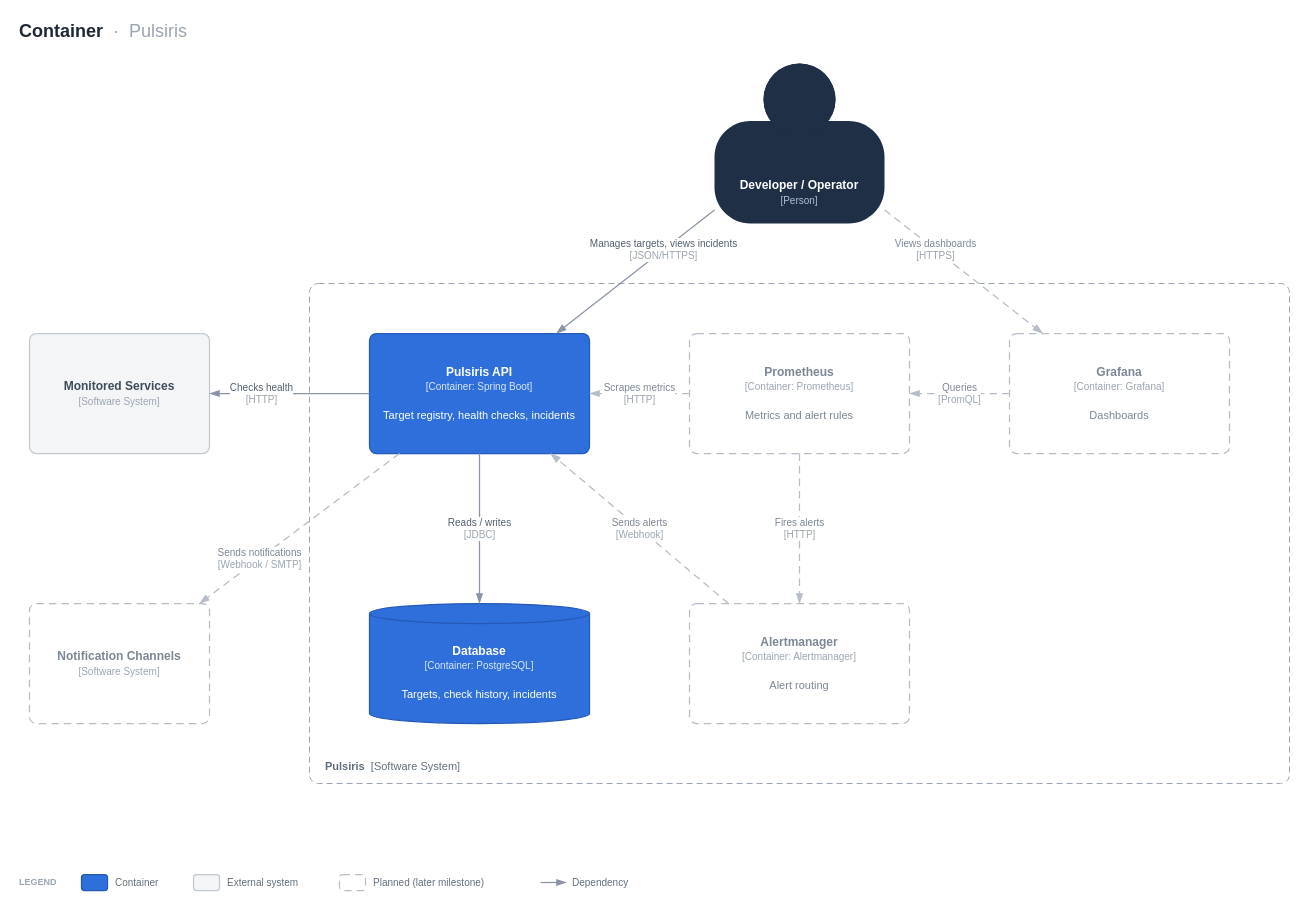
Before: page "Container" (2 of 2) of docs/architecture/01-c4-context-and-containers.drawio in nebadesmondc/pulsiris, a draw.io diagram. Source tidied: cells renumbered, new cells numbered last; positions are measured from the earlier drawing's top-left corner, leaving out a move shared by most shapes. Both pictures are drawn from the tidied source at 100%, with x=0, y=0 at pixel (17, 17).
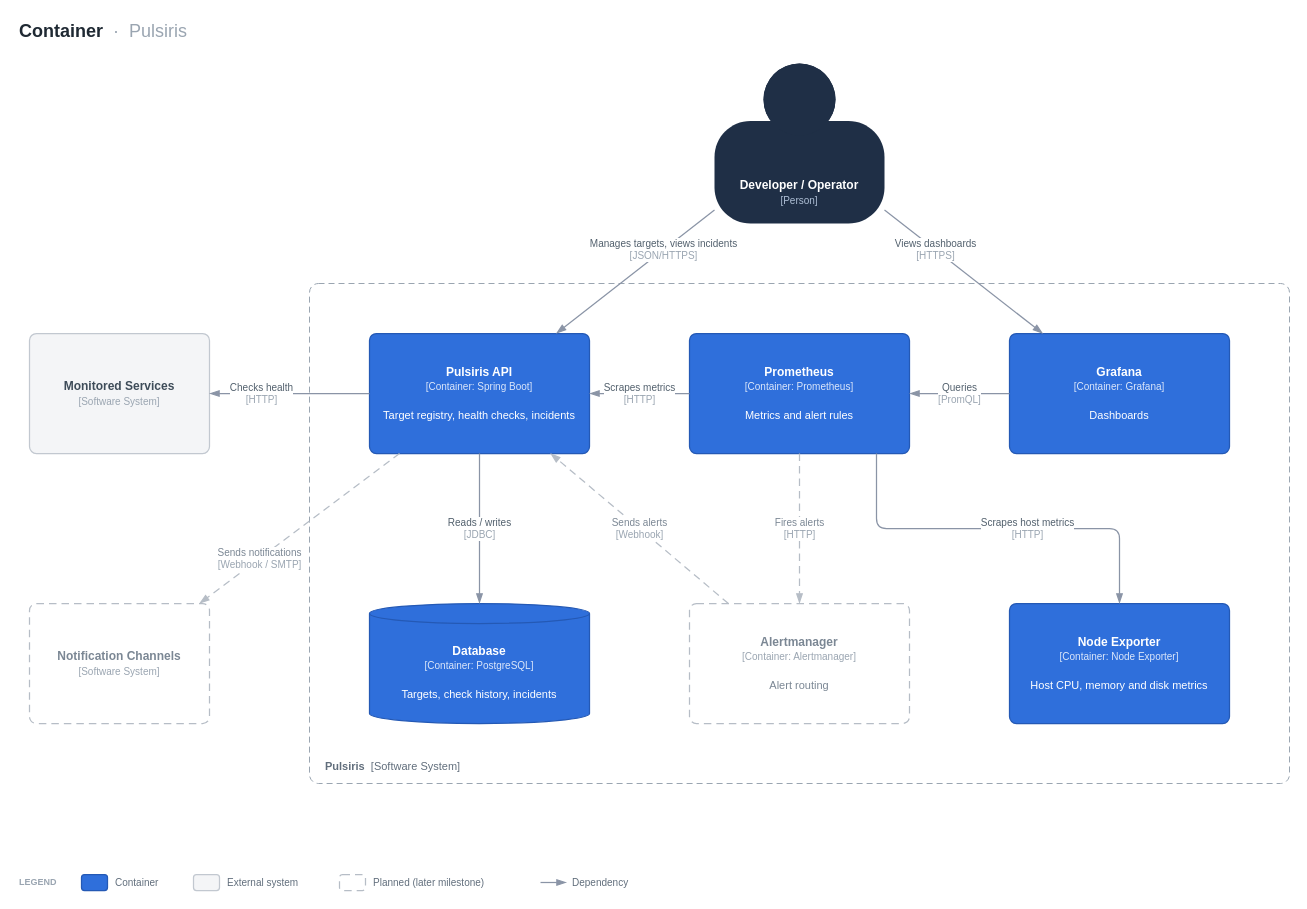
Above is the later version.

Commit message (it also covers changes not shown here):
Draw Prometheus, Grafana and Node Exporter as built containers

The change refers to these unchanged cells:
```xml
<mxCell id="3" value="&lt;b style=&quot;color: rgb(255, 255, 255);&quot;&gt;Developer / Operator&lt;/b&gt;&lt;br&gt;&lt;font style=&quot;font-size: 10px;&quot; color=&quot;#AFC0D6&quot;&gt;[Person]&lt;/font&gt;" style="fontFamily=Helvetica;shape=mxgraph.c4.person2;whiteSpace=wrap;html=1;fillColor=#1F2F46;strokeColor=none;fontColor=#FFFFFF;fontSize=12;align=center;verticalAlign=bottom;spacingBottom=14;" parent="1" vertex="1">
  <mxGeometry x="697" y="46" width="170" height="160" as="geometry" />
</mxCell>
<mxCell id="5" value="&lt;b style=&quot;color: rgb(255, 255, 255);&quot;&gt;Pulsiris API&lt;/b&gt;&lt;br&gt;&lt;font style=&quot;font-size: 10px;&quot; color=&quot;#DCE7FA&quot;&gt;[Container: Spring Boot]&lt;/font&gt;&lt;br&gt;&lt;br&gt;&lt;font style=&quot;font-size: 11px; color: rgb(255, 255, 255);&quot;&gt;Target registry, health checks, incidents&lt;/font&gt;" style="fontFamily=Helvetica;rounded=1;absoluteArcSize=1;arcSize=14;whiteSpace=wrap;html=1;fontSize=12;align=center;verticalAlign=middle;spacing=10;strokeWidth=1.25;fillColor=#2F6FDB;strokeColor=#2459B5;fontColor=#FFFFFF;" parent="1" vertex="1">
  <mxGeometry x="352" y="316" width="220" height="120" as="geometry" />
</mxCell>
```

The edit, as a diff of the source:
```diff
@@
-    <mxCell id="7" value="&lt;b&gt;Prometheus&lt;/b&gt;&lt;br&gt;&lt;font style='font-size:10px' color='#9AA5B1'&gt;[Container: Prometheus]&lt;/font&gt;&lt;br&gt;&lt;br&gt;&lt;font style='font-size:11px'&gt;Metrics and alert rules&lt;/font&gt;" style="fontFamily=Helvetica;rounded=1;absoluteArcSize=1;arcSize=14;whiteSpace=wrap;html=1;fontSize=12;align=center;verticalAlign=middle;spacing=10;strokeWidth=1.25;fillColor=#FFFFFF;strokeColor=#B6BDC6;fontColor=#7B8794;dashed=1;dashPattern=6 4;" parent="1" vertex="1">
+    <mxCell id="7" value="&lt;b style=&quot;color: rgb(255, 255, 255);&quot;&gt;Prometheus&lt;/b&gt;&lt;br&gt;&lt;font style=&quot;font-size: 10px;&quot; color=&quot;#DCE7FA&quot;&gt;[Container: Prometheus]&lt;/font&gt;&lt;br&gt;&lt;br&gt;&lt;font style=&quot;font-size: 11px; color: rgb(255, 255, 255);&quot;&gt;Metrics and alert rules&lt;/font&gt;" style="fontFamily=Helvetica;rounded=1;absoluteArcSize=1;arcSize=14;whiteSpace=wrap;html=1;fontSize=12;align=center;verticalAlign=middle;spacing=10;strokeWidth=1.25;fillColor=#2F6FDB;strokeColor=#2459B5;fontColor=#FFFFFF;" parent="1" vertex="1">
       <mxGeometry x="672" y="316" width="220" height="120" as="geometry" />
     </mxCell>
-    <mxCell id="8" value="&lt;b&gt;Grafana&lt;/b&gt;&lt;br&gt;&lt;font style='font-size:10px' color='#9AA5B1'&gt;[Container: Grafana]&lt;/font&gt;&lt;br&gt;&lt;br&gt;&lt;font style='font-size:11px'&gt;Dashboards&lt;/font&gt;" style="fontFamily=Helvetica;rounded=1;absoluteArcSize=1;arcSize=14;whiteSpace=wrap;html=1;fontSize=12;align=center;verticalAlign=middle;spacing=10;strokeWidth=1.25;fillColor=#FFFFFF;strokeColor=#B6BDC6;fontColor=#7B8794;dashed=1;dashPattern=6 4;" parent="1" vertex="1">
+    <mxCell id="8" value="&lt;b style=&quot;color: rgb(255, 255, 255);&quot;&gt;Grafana&lt;/b&gt;&lt;br&gt;&lt;font style=&quot;font-size: 10px;&quot; color=&quot;#DCE7FA&quot;&gt;[Container: Grafana]&lt;/font&gt;&lt;br&gt;&lt;br&gt;&lt;font style=&quot;font-size: 11px; color: rgb(255, 255, 255);&quot;&gt;Dashboards&lt;/font&gt;" style="fontFamily=Helvetica;rounded=1;absoluteArcSize=1;arcSize=14;whiteSpace=wrap;html=1;fontSize=12;align=center;verticalAlign=middle;spacing=10;strokeWidth=1.25;fillColor=#2F6FDB;strokeColor=#2459B5;fontColor=#FFFFFF;" parent="1" vertex="1">
       <mxGeometry x="992" y="316" width="220" height="120" as="geometry" />
     </mxCell>
@@
-    <mxCell id="13" value="Views dashboards&lt;br&gt;&lt;font color='#9AA5B1'&gt;[HTTPS]&lt;/font&gt;" style="fontFamily=Helvetica;html=1;rounded=1;endArrow=blockThin;endFill=1;endSize=7;strokeWidth=1.25;strokeColor=#8A94A6;fontSize=10;fontColor=#52606D;labelBackgroundColor=#FFFFFF;spacing=2;dashed=1;dashPattern=6 4;strokeColor=#B6BDC6;fontColor=#7B8794;" parent="1" edge="1" source="3" target="8">
+    <mxCell id="13" value="Views dashboards&lt;br&gt;&lt;font color='#9AA5B1'&gt;[HTTPS]&lt;/font&gt;" style="fontFamily=Helvetica;html=1;rounded=1;endArrow=blockThin;endFill=1;endSize=7;strokeWidth=1.25;strokeColor=#8A94A6;fontSize=10;fontColor=#52606D;labelBackgroundColor=#FFFFFF;spacing=2;" parent="1" edge="1" source="3" target="8">
       <mxGeometry x="-0.35" relative="1" as="geometry" />
     </mxCell>
@@
-    <mxCell id="16" value="Scrapes metrics&lt;br&gt;&lt;font color='#9AA5B1'&gt;[HTTP]&lt;/font&gt;" style="fontFamily=Helvetica;html=1;rounded=1;endArrow=blockThin;endFill=1;endSize=7;strokeWidth=1.25;strokeColor=#8A94A6;fontSize=10;fontColor=#52606D;labelBackgroundColor=#FFFFFF;spacing=2;dashed=1;dashPattern=6 4;strokeColor=#B6BDC6;fontColor=#7B8794;" parent="1" edge="1" source="7" target="5">
+    <mxCell id="16" value="Scrapes metrics&lt;br&gt;&lt;font color='#9AA5B1'&gt;[HTTP]&lt;/font&gt;" style="fontFamily=Helvetica;html=1;rounded=1;endArrow=blockThin;endFill=1;endSize=7;strokeWidth=1.25;strokeColor=#8A94A6;fontSize=10;fontColor=#52606D;labelBackgroundColor=#FFFFFF;spacing=2;" parent="1" edge="1" source="7" target="5">
       <mxGeometry relative="1" as="geometry" />
     </mxCell>
-    <mxCell id="17" value="Queries&lt;br&gt;&lt;font color='#9AA5B1'&gt;[PromQL]&lt;/font&gt;" style="fontFamily=Helvetica;html=1;rounded=1;endArrow=blockThin;endFill=1;endSize=7;strokeWidth=1.25;strokeColor=#8A94A6;fontSize=10;fontColor=#52606D;labelBackgroundColor=#FFFFFF;spacing=2;dashed=1;dashPattern=6 4;strokeColor=#B6BDC6;fontColor=#7B8794;" parent="1" edge="1" source="8" target="7">
+    <mxCell id="17" value="Queries&lt;br&gt;&lt;font color='#9AA5B1'&gt;[PromQL]&lt;/font&gt;" style="fontFamily=Helvetica;html=1;rounded=1;endArrow=blockThin;endFill=1;endSize=7;strokeWidth=1.25;strokeColor=#8A94A6;fontSize=10;fontColor=#52606D;labelBackgroundColor=#FFFFFF;spacing=2;" parent="1" edge="1" source="8" target="7">
       <mxGeometry relative="1" as="geometry" />
     </mxCell>
@@
+    <mxCell id="30" value="&lt;b style=&quot;color: rgb(255, 255, 255);&quot;&gt;Node Exporter&lt;/b&gt;&lt;br&gt;&lt;font style=&quot;font-size: 10px;&quot; color=&quot;#DCE7FA&quot;&gt;[Container: Node Exporter]&lt;/font&gt;&lt;br&gt;&lt;br&gt;&lt;font style=&quot;font-size: 11px; color: rgb(255, 255, 255);&quot;&gt;Host CPU, memory and disk metrics&lt;/font&gt;" style="fontFamily=Helvetica;rounded=1;absoluteArcSize=1;arcSize=14;whiteSpace=wrap;html=1;fontSize=12;align=center;verticalAlign=middle;spacing=10;strokeWidth=1.25;fillColor=#2F6FDB;strokeColor=#2459B5;fontColor=#FFFFFF;" parent="1" vertex="1">
+      <mxGeometry x="992" y="586" width="220" height="120" as="geometry" />
+    </mxCell>
+    <mxCell id="31" value="Scrapes host metrics&lt;br&gt;&lt;font color='#9AA5B1'&gt;[HTTP]&lt;/font&gt;" style="fontFamily=Helvetica;html=1;rounded=1;endArrow=blockThin;endFill=1;endSize=7;strokeWidth=1.25;strokeColor=#8A94A6;fontSize=10;fontColor=#52606D;labelBackgroundColor=#FFFFFF;spacing=2;edgeStyle=orthogonalEdgeStyle;exitX=0.85;exitY=1;exitDx=0;exitDy=0;entryX=0.5;entryY=0;entryDx=0;entryDy=0;" parent="1" edge="1" source="7" target="30">
+      <mxGeometry x="0.15" relative="1" as="geometry">
+        <Array as="points">
+          <mxPoint x="859" y="511" />
+          <mxPoint x="1102" y="511" />
+        </Array>
+      </mxGeometry>
+    </mxCell>
```
